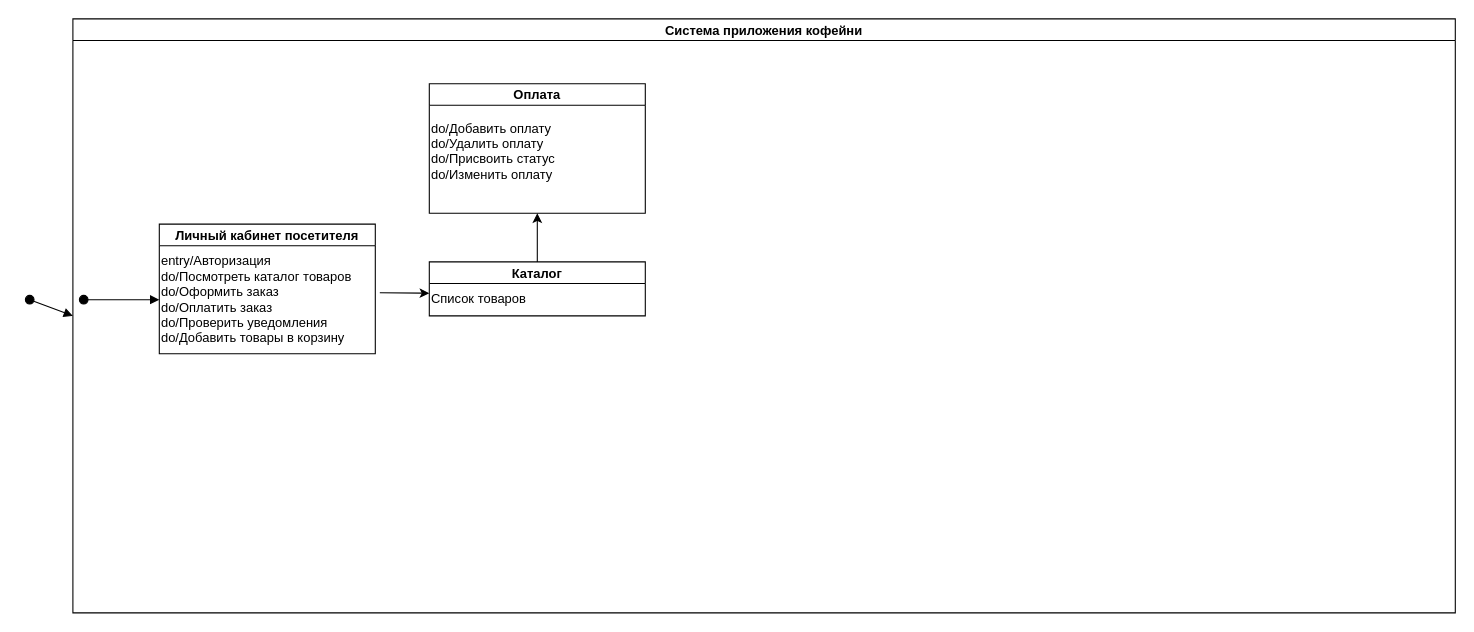
The draw.io diagram AKMS_6.drawio in mopsin666/AKMS, before the edit. Source tidied: cells renumbered, new cells numbered last; positions are measured from the earlier drawing's top-left corner, leaving out a move shared by most shapes. Both pictures are drawn from the tidied source at 108%, with x=0, y=0 at pixel (29, 18).
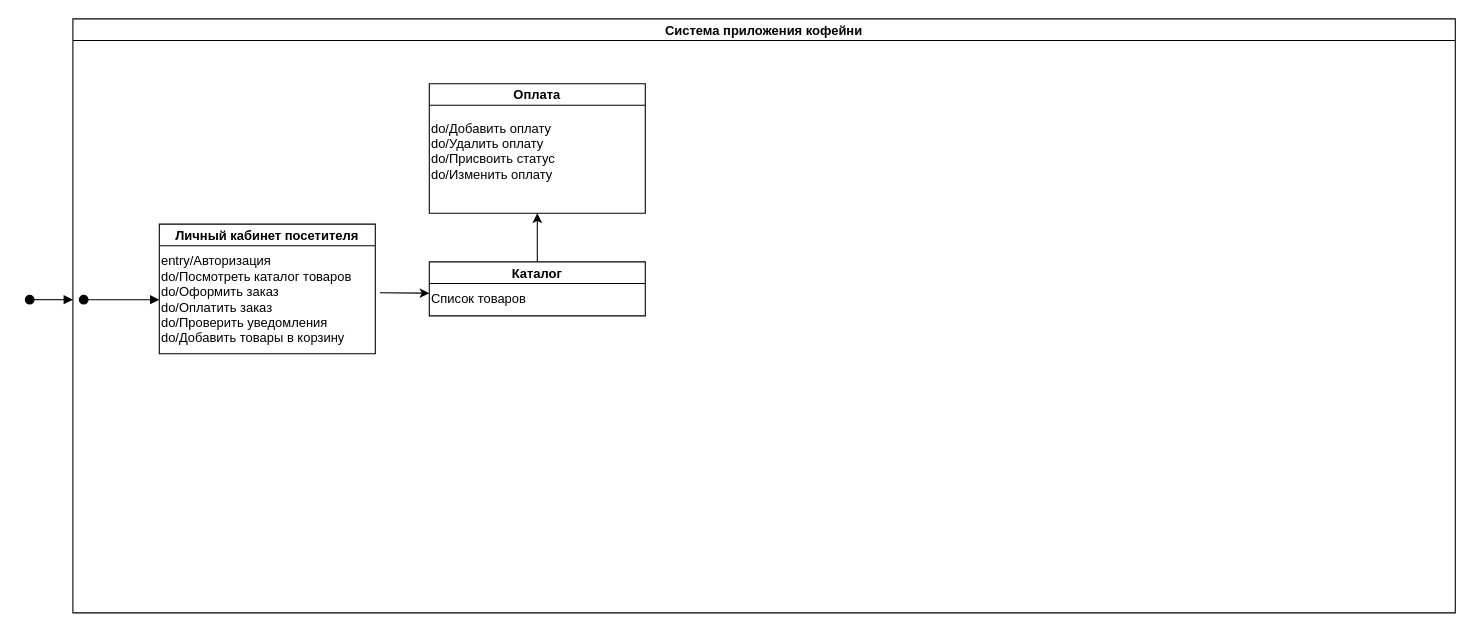
Above is the later version.

The edit, as a diff of the source:
```diff
@@
 <mxGraphModel>
   <root>
     <mxCell id="0" />
     <mxCell id="1" parent="0" />
     <mxCell id="2" value="Система приложения кофейни" style="swimlane;startSize=20;horizontal=1;containerType=tree;newEdgeStyle={&quot;edgeStyle&quot;:&quot;elbowEdgeStyle&quot;,&quot;startArrow&quot;:&quot;none&quot;,&quot;endArrow&quot;:&quot;none&quot;};" parent="1" vertex="1">
       <mxGeometry x="40" width="1280" height="550" as="geometry" />
     </mxCell>
     <mxCell id="3" value="Личный кабинет посетителя" style="swimlane;startSize=20;horizontal=1;containerType=tree;newEdgeStyle={&quot;edgeStyle&quot;:&quot;elbowEdgeStyle&quot;,&quot;startArrow&quot;:&quot;none&quot;,&quot;endArrow&quot;:&quot;none&quot;};" parent="2" vertex="1">
       <mxGeometry x="80" y="190" width="200" height="120" as="geometry" />
     </mxCell>
     <mxCell id="4" style="html=1;verticalAlign=bottom;startArrow=oval;startFill=1;endArrow=block;startSize=8;curved=0;rounded=0;" parent="3" edge="1">
       <mxGeometry relative="1" as="geometry">
         <mxPoint x="-70" y="70" as="sourcePoint" />
         <mxPoint y="70" as="targetPoint" />
       </mxGeometry>
     </mxCell>
     <mxCell id="5" value="&lt;div style=&quot;&quot;&gt;&lt;span style=&quot;background-color: transparent; color: light-dark(rgb(0, 0, 0), rgb(255, 255, 255));&quot;&gt;entry/Авторизация&lt;/span&gt;&lt;/div&gt;&lt;div style=&quot;&quot;&gt;&lt;span style=&quot;background-color: transparent; color: light-dark(rgb(0, 0, 0), rgb(255, 255, 255));&quot;&gt;do/Посмотреть каталог товаров&lt;/span&gt;&lt;/div&gt;&lt;div style=&quot;&quot;&gt;&lt;span style=&quot;background-color: transparent; color: light-dark(rgb(0, 0, 0), rgb(255, 255, 255));&quot;&gt;do/Оформить заказ&lt;/span&gt;&lt;/div&gt;&lt;div style=&quot;&quot;&gt;&lt;span style=&quot;background-color: transparent; color: light-dark(rgb(0, 0, 0), rgb(255, 255, 255));&quot;&gt;do/Оплатить заказ&lt;/span&gt;&lt;/div&gt;&lt;div style=&quot;&quot;&gt;&lt;span style=&quot;background-color: transparent; color: light-dark(rgb(0, 0, 0), rgb(255, 255, 255));&quot;&gt;do/Проверить уведомления&lt;/span&gt;&lt;/div&gt;&lt;div&gt;do/Добавить товары в корзину&lt;/div&gt;" style="text;html=1;align=left;verticalAlign=middle;points=[];strokeColor=none;fillColor=none;" parent="3" vertex="1">
       <mxGeometry y="20" width="200" height="100" as="geometry" />
     </mxCell>
     <mxCell id="6" value="Оплата" style="swimlane;startSize=20;horizontal=1;containerType=tree;newEdgeStyle={&quot;edgeStyle&quot;:&quot;elbowEdgeStyle&quot;,&quot;startArrow&quot;:&quot;none&quot;,&quot;endArrow&quot;:&quot;none&quot;};" parent="2" vertex="1">
       <mxGeometry x="330" y="60" width="200" height="120" as="geometry" />
     </mxCell>
     <mxCell id="7" value="&lt;div style=&quot;&quot;&gt;&lt;span style=&quot;background-color: transparent; color: light-dark(rgb(0, 0, 0), rgb(255, 255, 255));&quot;&gt;do/Добавить оплату&lt;/span&gt;&lt;/div&gt;&lt;div style=&quot;&quot;&gt;&lt;span style=&quot;background-color: transparent; color: light-dark(rgb(0, 0, 0), rgb(255, 255, 255));&quot;&gt;do/Удалить оплату&lt;/span&gt;&lt;/div&gt;&lt;div style=&quot;&quot;&gt;&lt;span style=&quot;background-color: transparent; color: light-dark(rgb(0, 0, 0), rgb(255, 255, 255));&quot;&gt;do/Присвоить статус&lt;/span&gt;&lt;/div&gt;&lt;div style=&quot;&quot;&gt;&lt;span style=&quot;background-color: transparent; color: light-dark(rgb(0, 0, 0), rgb(255, 255, 255));&quot;&gt;do/Изменить оплату&lt;/span&gt;&lt;/div&gt;&lt;div&gt;&lt;br&gt;&lt;/div&gt;" style="text;html=1;align=left;verticalAlign=middle;strokeColor=none;fillColor=none;" parent="6" vertex="1">
       <mxGeometry y="25" width="140" height="90" as="geometry" />
     </mxCell>
     <mxCell id="8" style="endArrow=classic;html=1;rounded=0;exitX=1.021;exitY=0.436;exitDx=0;exitDy=0;exitPerimeter=0;" parent="2" edge="1" source="5">
       <mxGeometry relative="1" as="geometry">
         <mxPoint x="330" y="254" as="targetPoint" />
       </mxGeometry>
     </mxCell>
     <mxCell id="9" value="Каталог" style="swimlane;startSize=20;horizontal=1;containerType=tree;newEdgeStyle={&quot;edgeStyle&quot;:&quot;elbowEdgeStyle&quot;,&quot;startArrow&quot;:&quot;none&quot;,&quot;endArrow&quot;:&quot;none&quot;};" parent="2" vertex="1">
       <mxGeometry x="330" y="225" width="200" height="50" as="geometry" />
     </mxCell>
     <mxCell id="10" value="&lt;div style=&quot;&quot;&gt;Список товаров&lt;/div&gt;" style="text;html=1;align=left;verticalAlign=middle;strokeColor=none;fillColor=none;" parent="9" vertex="1">
       <mxGeometry y="20" width="110" height="30" as="geometry" />
     </mxCell>
     <mxCell id="11" style="endArrow=classic;html=1;rounded=0;exitX=0.5;exitY=0;exitDx=0;exitDy=0;entryX=0.5;entryY=1;entryDx=0;entryDy=0;" parent="2" edge="1" source="9" target="6">
       <mxGeometry relative="1" as="geometry" />
     </mxCell>
-    <mxCell id="12" style="html=1;verticalAlign=bottom;startArrow=oval;startFill=1;endArrow=block;startSize=8;curved=0;rounded=0;entryX=0;entryY=0.5;entryDx=0;entryDy=0;" parent="1" edge="1" target="2">
+    <mxCell id="12" style="html=1;verticalAlign=bottom;startArrow=oval;startFill=1;endArrow=block;startSize=8;curved=0;rounded=0;" parent="1" edge="1">
       <mxGeometry relative="1" as="geometry">
         <mxPoint y="260" as="sourcePoint" />
+        <mxPoint x="40" y="260" as="targetPoint" />
       </mxGeometry>
     </mxCell>
   </root>
 </mxGraphModel>
```
